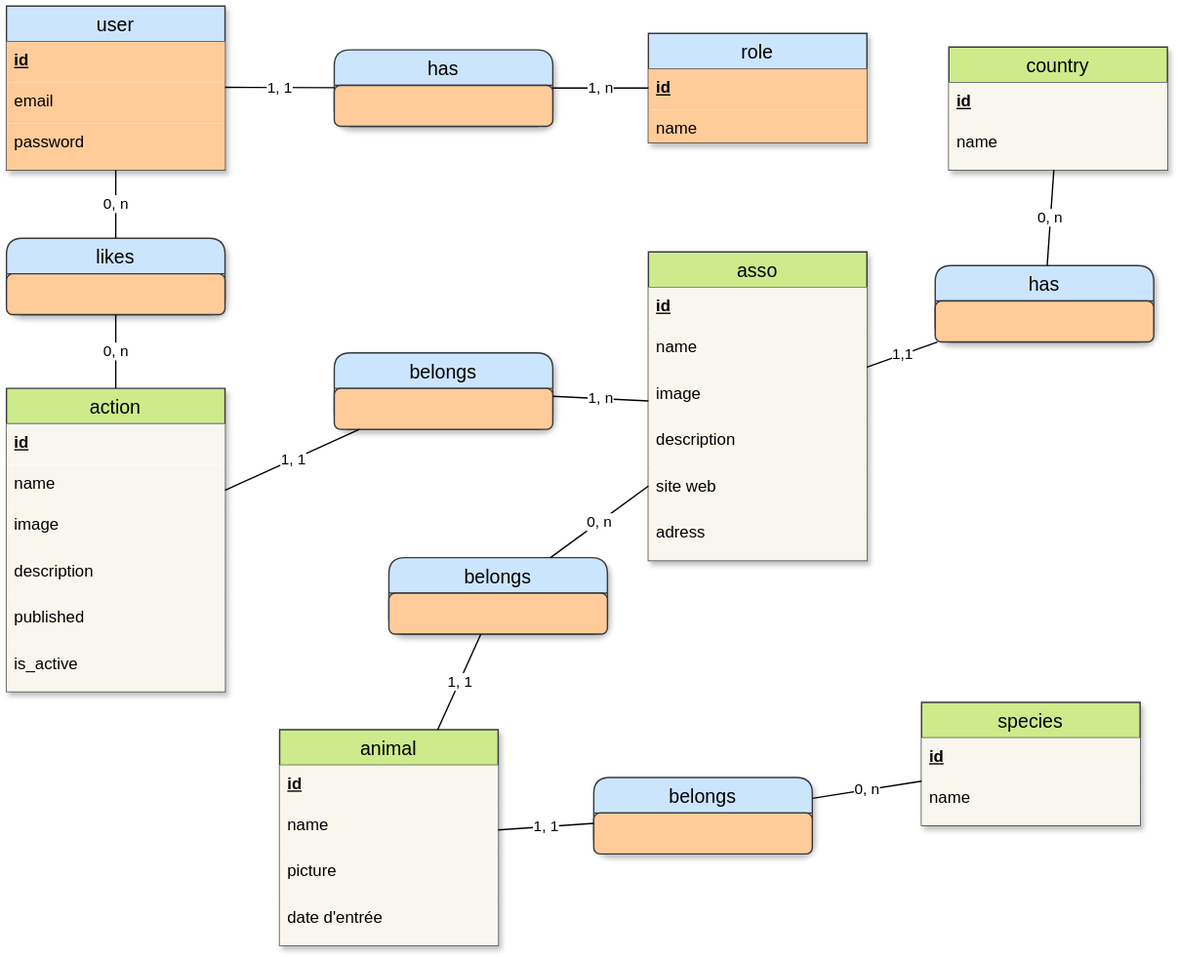
This is code/merise/MCD.drawio.svg from manonjarzabeck/compawny, a draw.io export, as it was before one commit. Source tidied: cells renumbered, new cells last; positions are measured from the earlier drawing's top-left corner, leaving out a move shared by most shapes.
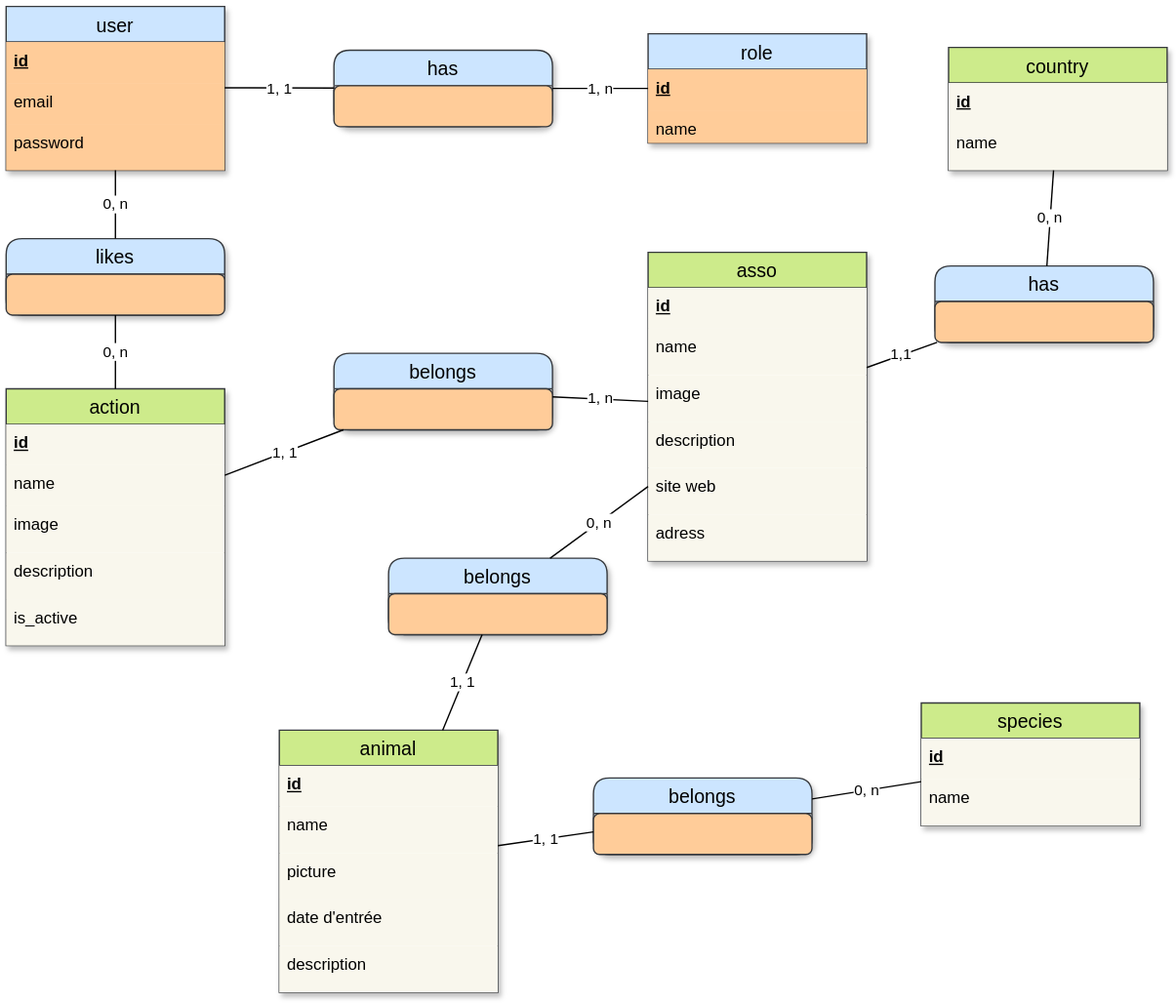
After the commit.

The edit, as a diff of the source:
```diff
@@ -38,7 +38,7 @@
       <mxGeometry relative="1" as="geometry" />
     </mxCell>
     <mxCell id="13" value="action" style="swimlane;fontStyle=0;horizontal=1;startSize=26;align=center;fontSize=14;fillColor=#cdeb8b;shadow=1;swimlaneFillColor=default;strokeColor=#36393d;" parent="1" vertex="1">
-      <mxGeometry y="280" width="160" height="222" as="geometry" />
+      <mxGeometry y="280" width="160" height="188" as="geometry" />
     </mxCell>
     <mxCell id="14" value="id" style="text;spacingLeft=4;spacingRight=4;overflow=hidden;fontSize=12;whiteSpace=wrap;html=1;fontStyle=5;textShadow=0;fillColor=#f9f7ed;strokeColor=none;" parent="13" vertex="1">
       <mxGeometry y="26" width="160" height="30" as="geometry" />
@@ -52,11 +52,8 @@
     <mxCell id="17" value="description" style="text;strokeColor=none;fillColor=#f9f7ed;spacingLeft=4;spacingRight=4;overflow=hidden;fontSize=12;whiteSpace=wrap;html=1;strokeWidth=0;shadow=0;" parent="13" vertex="1">
       <mxGeometry y="120" width="160" height="34" as="geometry" />
     </mxCell>
-    <mxCell id="18" value="published" style="text;strokeColor=none;fillColor=#f9f7ed;spacingLeft=4;spacingRight=4;overflow=hidden;fontSize=12;whiteSpace=wrap;html=1;strokeWidth=0;shadow=0;" parent="13" vertex="1">
-      <mxGeometry y="154" width="160" height="34" as="geometry" />
-    </mxCell>
     <mxCell id="19" value="is_active" style="text;strokeColor=none;fillColor=#f9f7ed;spacingLeft=4;spacingRight=4;overflow=hidden;fontSize=12;whiteSpace=wrap;html=1;strokeWidth=0;shadow=0;" parent="13" vertex="1">
-      <mxGeometry y="188" width="160" height="34" as="geometry" />
+      <mxGeometry y="154" width="160" height="34" as="geometry" />
     </mxCell>
     <mxCell id="20" value="asso" style="swimlane;fontStyle=0;horizontal=1;startSize=26;align=center;fontSize=14;fillColor=#cdeb8b;shadow=1;swimlaneFillColor=default;strokeColor=#36393d;" parent="1" vertex="1">
       <mxGeometry x="470" y="180" width="160" height="226" as="geometry" />
@@ -86,7 +83,7 @@
       <mxGeometry y="26" width="160" height="30" as="geometry" />
     </mxCell>
     <mxCell id="29" value="animal" style="swimlane;fontStyle=0;horizontal=1;startSize=26;align=center;fontSize=14;fillColor=#cdeb8b;shadow=1;swimlaneFillColor=default;strokeColor=#36393d;" parent="1" vertex="1">
-      <mxGeometry x="200" y="530" width="160" height="158" as="geometry" />
+      <mxGeometry x="200" y="530" width="160" height="192" as="geometry" />
     </mxCell>
     <mxCell id="30" value="id" style="text;spacingLeft=4;spacingRight=4;overflow=hidden;fontSize=12;whiteSpace=wrap;html=1;fontStyle=5;textShadow=0;fillColor=#f9f7ed;strokeColor=none;" parent="29" vertex="1">
       <mxGeometry y="26" width="160" height="30" as="geometry" />
@@ -100,6 +97,9 @@
     <mxCell id="33" value="date d'entrée&amp;nbsp;" style="text;strokeColor=none;fillColor=#f9f7ed;spacingLeft=4;spacingRight=4;overflow=hidden;fontSize=12;whiteSpace=wrap;html=1;strokeWidth=0;shadow=0;" parent="29" vertex="1">
       <mxGeometry y="124" width="160" height="34" as="geometry" />
     </mxCell>
+    <mxCell id="58" value="description" style="text;strokeColor=none;fillColor=#f9f7ed;spacingLeft=4;spacingRight=4;overflow=hidden;fontSize=12;whiteSpace=wrap;html=1;strokeWidth=0;shadow=0;" parent="29" vertex="1">
+      <mxGeometry y="158" width="160" height="34" as="geometry" />
+    </mxCell>
     <mxCell id="34" value="0, n" style="endArrow=none;html=1;rounded=0;entryX=0.5;entryY=0;entryDx=0;entryDy=0;" parent="1" edge="1" source="2" target="27">
       <mxGeometry relative="1" as="geometry" />
     </mxCell>
```
